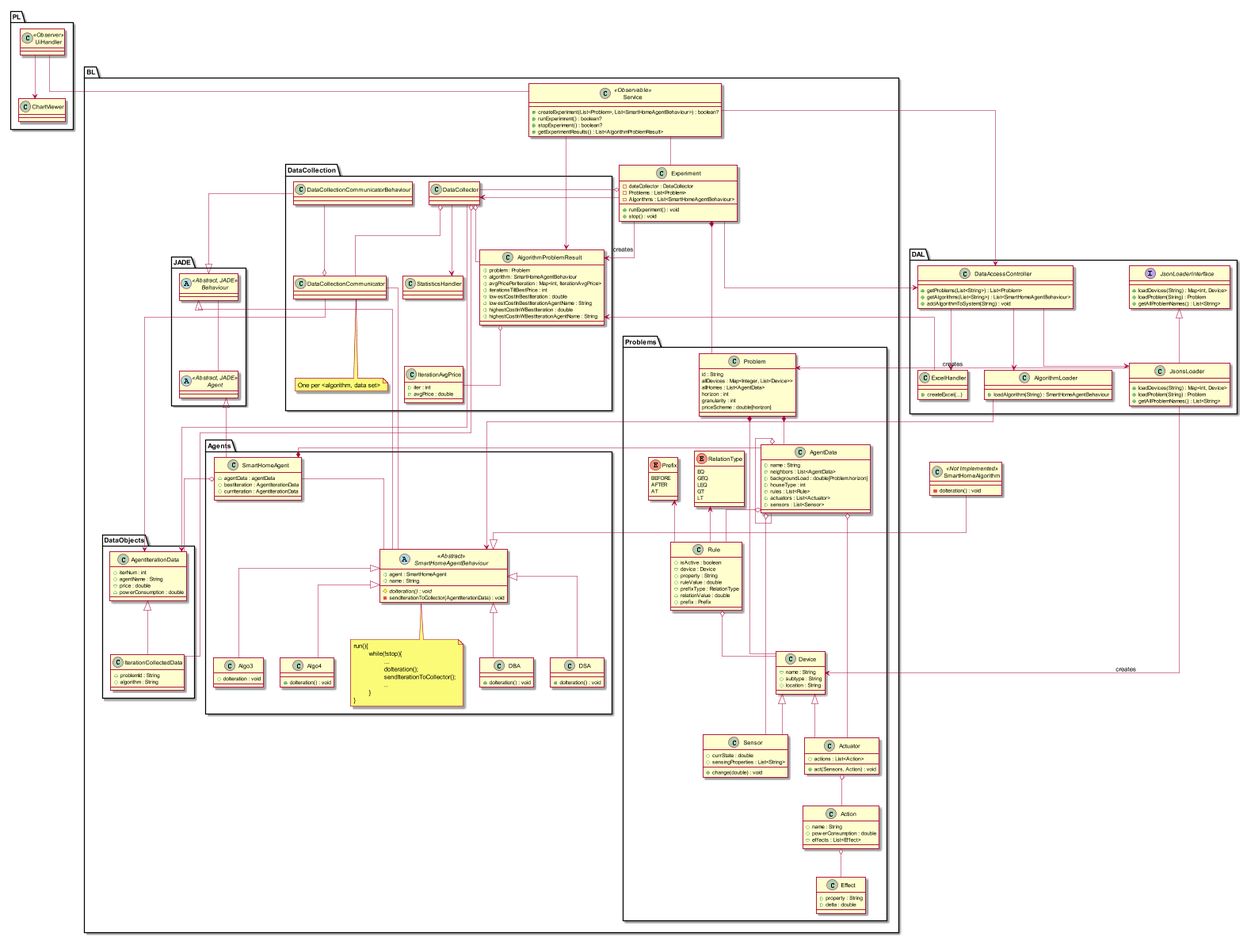
The PlantUML diagram Final/Docs/Diagrams/class diagram/ClassDiagram.png in miamiHits/FinalProject, before a commit.
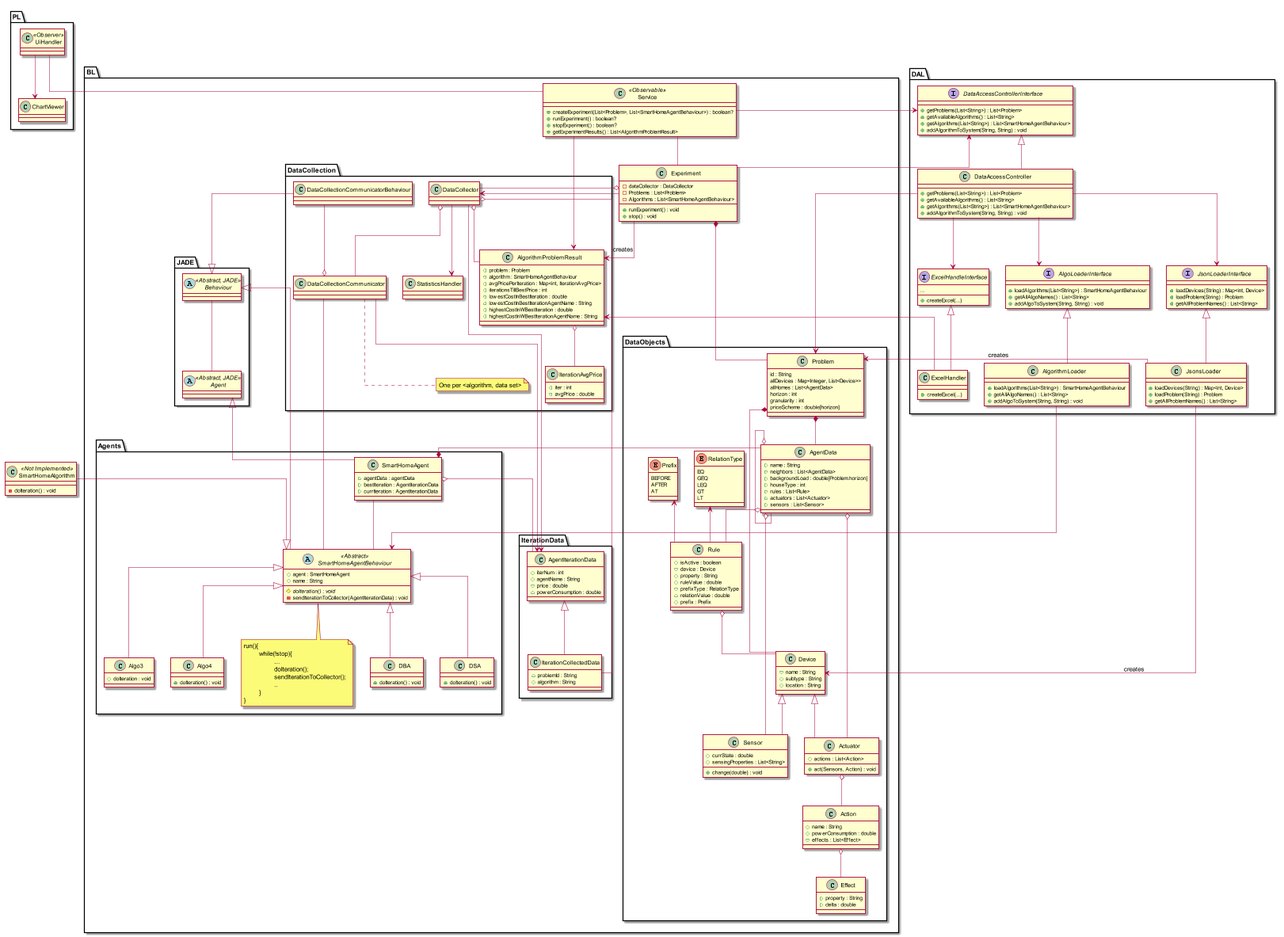
Above is the later version.

Commit message:
fixes in class diagram

Change to the diagram source:
```diff
@@ -11,7 +11,7 @@
 		Behaviour -- Agent
 	}
 
-	package Problems {
+	package DataObjects{
 
 		class Device {
 			+name : String
@@ -148,7 +148,7 @@
 		SmartHomeAgentBehaviour <|-- Algo4
 	}
 
-	package DataObjects {
+	package IterationData {
 
 		class AgentIterationData {
 			+iterNum : int
@@ -258,6 +258,11 @@
 
 package DAL {
 
+    interface ExcelHandleInterface {
+    		+createExcel(...)
+    		...
+    	}
+
 	class ExcelHandler {
 		+createExcel(...)
 
@@ -275,21 +280,40 @@
 		+getAllProblemNames() : List<String>
 	}
 
+    interface AlgoLoaderInterface {
+		+loadAlgorithms(List<String>) : SmartHomeAgentBehaviour
+        +getAllAlgoNames() : List<String>
+        +addAlgoToSystem(String, String) : void
+    }
+
 	class AlgorithmLoader {
-		+loadAlgorithm(String) : SmartHomeAgentBehaviour
+		+loadAlgorithms(List<String>) : SmartHomeAgentBehaviour
+        +getAllAlgoNames() : List<String>
+        +addAlgoToSystem(String, String) : void
 	}
+
+    interface DataAccessControllerInterface {
+        +getProblems(List<String>) : List<Problem>
+        +getAvailableAlgorithms() : List<String>
+        +getAlgorithms(List<String>) : List<SmartHomeAgentBehaviour>
+        +addAlgorithmToSystem(String, String) : void
+    }
 
 	class DataAccessController {
 		+getProblems(List<String>) : List<Problem>
+		+getAvailableAlgorithms() : List<String>
 		+getAlgorithms(List<String>) : List<SmartHomeAgentBehaviour>
-		+addAlgorithmToSystem(String) : void
+		+addAlgorithmToSystem(String, String) : void
 	}
 
-	DataAccessController --> AlgorithmLoader
-	DataAccessController --> JsonsLoader
-	DataAccessController --> ExcelHandler
+	DataAccessController --> AlgoLoaderInterface
+	DataAccessController --> JsonLoaderInterface
+	DataAccessController --> ExcelHandleInterface
 
 	JsonLoaderInterface <|-- JsonsLoader
+	AlgoLoaderInterface <|-- AlgorithmLoader
+	DataAccessControllerInterface <|-- DataAccessController
+	ExcelHandleInterface <|-- ExcelHandler
 }
 
 
@@ -300,12 +324,13 @@
 JsonsLoader --> Device : creates
 JsonsLoader -> Problem : creates
 AlgorithmLoader --> SmartHomeAgentBehaviour
+DataAccessController --> Problem
 
 Experiment -> DataCollector
-Experiment --> DataAccessController
+Experiment --> DataAccessControllerInterface
 
 ExcelHandler -> AlgorithmProblemResult
-Service -right-> DataAccessController
+Service -right-> DataAccessControllerInterface
 
 SmartHomeAlgorithm --|> SmartHomeAgentBehaviour
 
```
